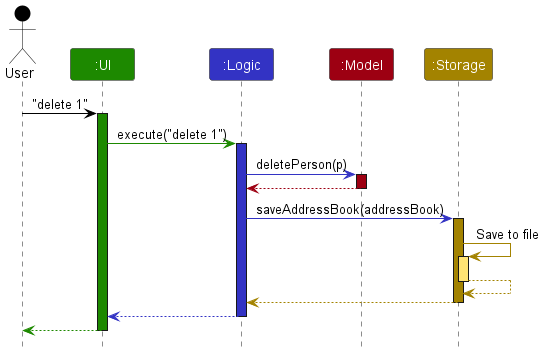
Earlier version of the PlantUML export docs/images/ArchitectureSequenceDiagram.png (AY2627S1-CS2103T-T10-1/tp). The source it was exported from:
```plantuml
@startuml
!include style.puml
skinparam ArrowFontStyle plain

Actor User as user USER_COLOR
Participant ":UI" as ui UI_COLOR
Participant ":Logic" as logic LOGIC_COLOR
Participant ":Model" as model MODEL_COLOR
Participant ":Storage" as storage STORAGE_COLOR

user -[USER_COLOR]> ui : "delete 1"
activate ui UI_COLOR

ui -[UI_COLOR]> logic : execute("delete 1")
activate logic LOGIC_COLOR

logic -[LOGIC_COLOR]> model : deletePerson(p)
activate model MODEL_COLOR

model -[MODEL_COLOR]-> logic
deactivate model

logic -[LOGIC_COLOR]> storage : saveAddressBook(addressBook)
activate storage STORAGE_COLOR

storage -[STORAGE_COLOR]> storage : Save to file
activate storage STORAGE_COLOR_T1
storage --[STORAGE_COLOR]> storage
deactivate storage

storage --[STORAGE_COLOR]> logic
deactivate storage

logic --[LOGIC_COLOR]> ui
deactivate logic

ui--[UI_COLOR]> user
deactivate ui
@enduml
```
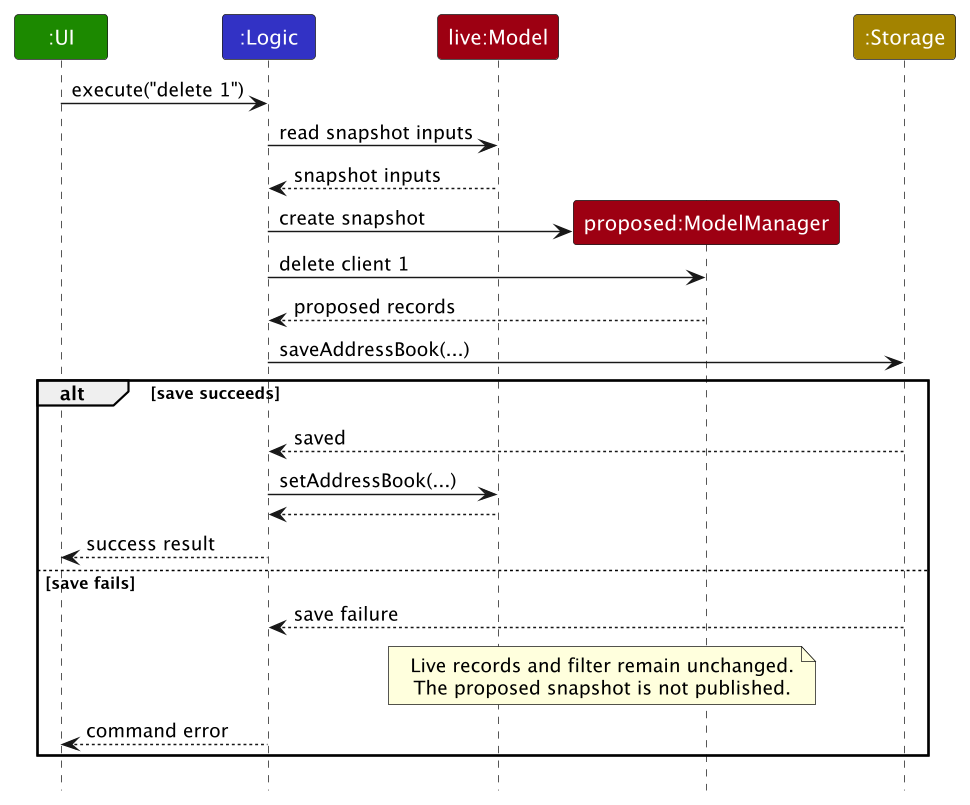
The same file after the commit.

Commit message:
Show staged model persistence before publishing live changes

What changed in the source:
```diff
@@ -1,39 +1,34 @@
 @startuml
 !include style.puml
 skinparam ArrowFontStyle plain
+skinparam sequenceMessageAlign left
+skinparam BoxPadding 8
+skinparam dpi 140
 
-Actor User as user USER_COLOR
-Participant ":UI" as ui UI_COLOR
-Participant ":Logic" as logic LOGIC_COLOR
-Participant ":Model" as model MODEL_COLOR
-Participant ":Storage" as storage STORAGE_COLOR
+participant ":UI" as ui UI_COLOR
+participant ":Logic" as logic LOGIC_COLOR
+participant "live:Model" as live MODEL_COLOR
+participant "proposed:ModelManager" as proposed MODEL_COLOR
+participant ":Storage" as storage STORAGE_COLOR
 
-user -[USER_COLOR]> ui : "delete 1"
-activate ui UI_COLOR
+ui -> logic : execute("delete 1")
 
-ui -[UI_COLOR]> logic : execute("delete 1")
-activate logic LOGIC_COLOR
+logic -> live : read snapshot inputs
+live --> logic : snapshot inputs
+create proposed
+logic -> proposed : create snapshot
+logic -> proposed : delete client 1
+proposed --> logic : proposed records
 
-logic -[LOGIC_COLOR]> model : deletePerson(p)
-activate model MODEL_COLOR
-
-model -[MODEL_COLOR]-> logic
-deactivate model
-
-logic -[LOGIC_COLOR]> storage : saveAddressBook(addressBook)
-activate storage STORAGE_COLOR
-
-storage -[STORAGE_COLOR]> storage : Save to file
-activate storage STORAGE_COLOR_T1
-storage --[STORAGE_COLOR]> storage
-deactivate storage
-
-storage --[STORAGE_COLOR]> logic
-deactivate storage
-
-logic --[LOGIC_COLOR]> ui
-deactivate logic
-
-ui--[UI_COLOR]> user
-deactivate ui
+logic -> storage : saveAddressBook(...)
+alt save succeeds
+    storage --> logic : saved
+    logic -> live : setAddressBook(...)
+    live --> logic
+    logic --> ui : success result
+else save fails
+    storage --> logic : save failure
+    note over live, proposed : Live records and filter remain unchanged.\nThe proposed snapshot is not published.
+    logic --> ui : command error
+end
 @enduml
```
